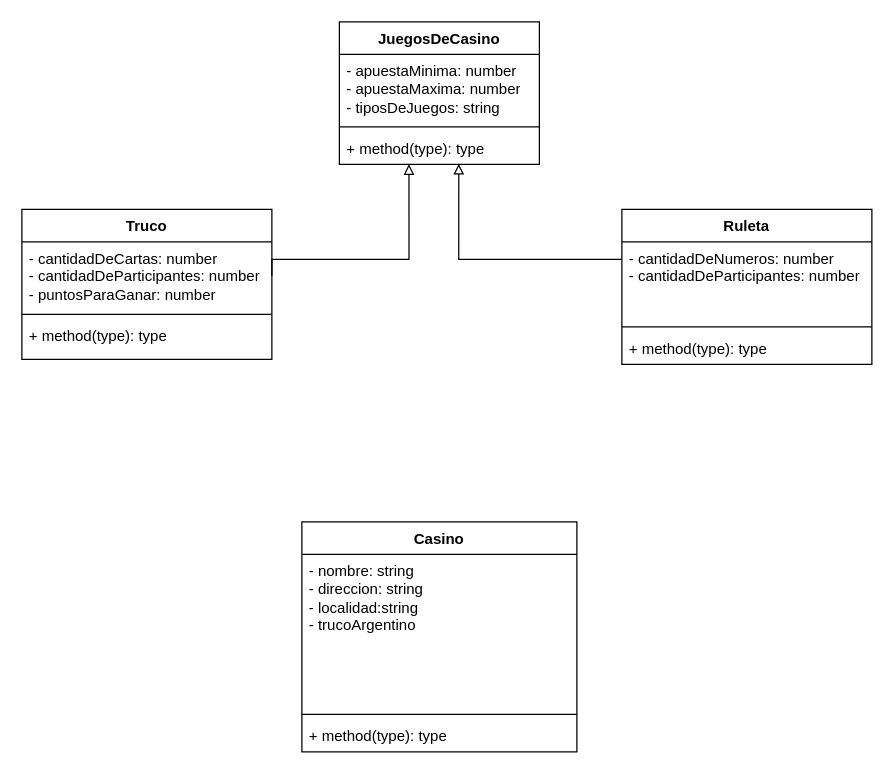
alexis-gorosito/baul_alexis keeps this draw.io diagram as Uml casino.drawio. Above is the earlier version. Source tidied: cells renumbered, new cells numbered last; positions are measured from the earlier drawing's top-left corner, leaving out a move shared by most shapes. Both pictures are drawn from the tidied source at 125%, with x=0, y=0 at pixel (21, 21).
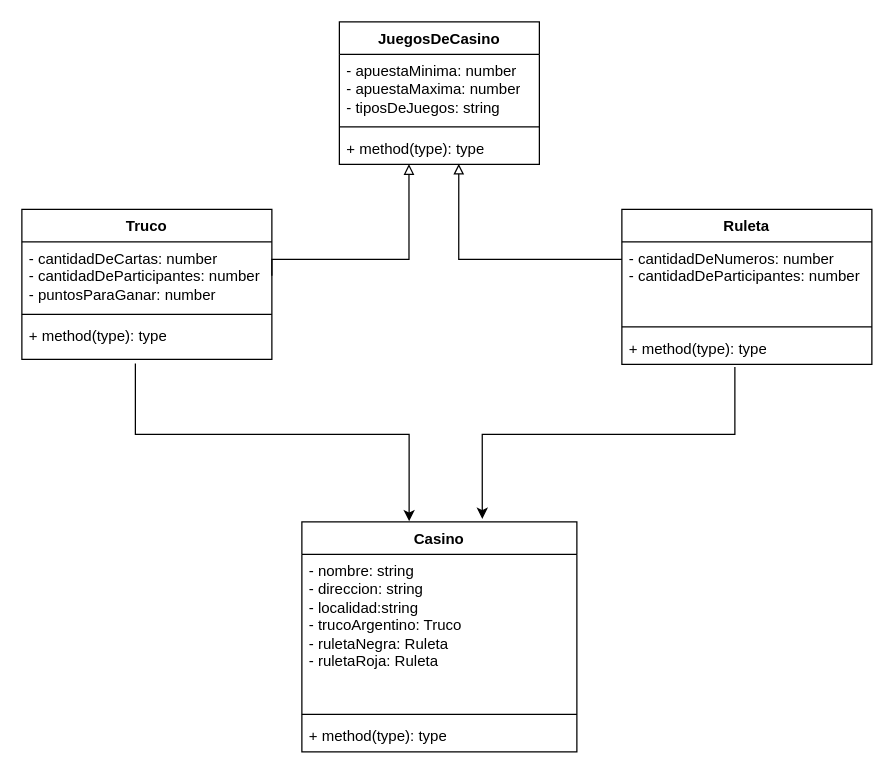
Above is the later version.

Unchanged cells that the change refers to:
```xml
<mxCell id="9" value="+ method(type): type" style="text;strokeColor=none;fillColor=none;align=left;verticalAlign=top;spacingLeft=4;spacingRight=4;overflow=hidden;points=[[0,0.5],[1,0.5]];portConstraint=eastwest;whiteSpace=wrap;html=1;" parent="6" vertex="1">
  <mxGeometry y="88" width="200" height="32" as="geometry" />
</mxCell>
<mxCell id="13" value="+ method(type): type" style="text;strokeColor=none;fillColor=none;align=left;verticalAlign=top;spacingLeft=4;spacingRight=4;overflow=hidden;points=[[0,0.5],[1,0.5]];portConstraint=eastwest;whiteSpace=wrap;html=1;" parent="10" vertex="1">
  <mxGeometry y="98" width="200" height="26" as="geometry" />
</mxCell>
<mxCell id="16" value="Casino" style="swimlane;fontStyle=1;align=center;verticalAlign=top;horizontal=1;startSize=26;whiteSpace=wrap;html=1;" parent="1" vertex="1">
  <mxGeometry x="224" y="400" width="220" height="184" as="geometry" />
</mxCell>
```

The edit, as a diff of the source:
```diff
@@
+    <mxCell id="20" style="edgeStyle=orthogonalEdgeStyle;rounded=0;jettySize=auto;html=1;entryX=0.39;entryY=-0.003;entryDx=0;entryDy=0;entryPerimeter=0;exitX=0.454;exitY=1.106;exitDx=0;exitDy=0;exitPerimeter=0;" parent="1" edge="1" source="9" target="16">
+      <mxGeometry relative="1" as="geometry">
+        <Array as="points">
+          <mxPoint x="91" y="330" />
+          <mxPoint x="310" y="330" />
+        </Array>
+      </mxGeometry>
+    </mxCell>
@@
-    <mxCell id="17" value="- nombre: string&lt;br&gt;- direccion: string&lt;br&gt;- localidad:string&lt;br&gt;- trucoArgentino" style="text;strokeColor=none;fillColor=none;align=left;verticalAlign=top;spacingLeft=4;spacingRight=4;overflow=hidden;whiteSpace=wrap;html=1;" parent="16" vertex="1">
+    <mxCell id="17" value="- nombre: string&lt;br&gt;- direccion: string&lt;br&gt;- localidad:string&lt;br&gt;- trucoArgentino: Truco&lt;br&gt;- ruletaNegra: Ruleta&lt;br&gt;- ruletaRoja: Ruleta" style="text;strokeColor=none;fillColor=none;align=left;verticalAlign=top;spacingLeft=4;spacingRight=4;overflow=hidden;whiteSpace=wrap;html=1;" parent="16" vertex="1">
       <mxGeometry y="26" width="220" height="124" as="geometry" />
     </mxCell>
@@
+    <mxCell id="21" style="edgeStyle=orthogonalEdgeStyle;rounded=0;jettySize=auto;html=1;entryX=0.656;entryY=-0.013;entryDx=0;entryDy=0;entryPerimeter=0;exitX=0.452;exitY=1.082;exitDx=0;exitDy=0;exitPerimeter=0;" parent="1" edge="1" source="13" target="16">
+      <mxGeometry relative="1" as="geometry">
+        <Array as="points">
+          <mxPoint x="570" y="330" />
+          <mxPoint x="368" y="330" />
+        </Array>
+      </mxGeometry>
+    </mxCell>
```
